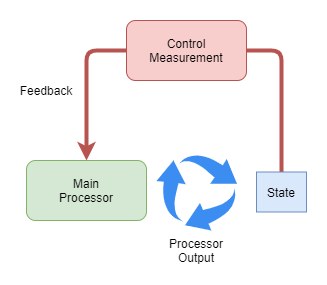
Above: files/A-theory-of-consciousness-v2-integrated-control.png in malcolmlett/malcolmlett.github.io (draw.io), before the change. Source tidied: cells renumbered, new cells last; positions are measured from the earlier drawing's top-left corner, leaving out a move shared by most shapes.
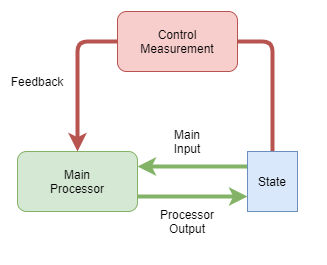
The same file after the commit.

Change to the diagram source:
```diff
@@ -2,6 +2,9 @@
   <root>
     <mxCell id="0" />
     <mxCell id="1" parent="0" />
+    <mxCell id="10" style="edgeStyle=orthogonalEdgeStyle;rounded=0;jettySize=auto;html=1;entryX=0;entryY=0.75;entryDx=0;entryDy=0;exitX=1;exitY=0.75;exitDx=0;exitDy=0;strokeWidth=4;strokeColor=#82b366;fillColor=#d5e8d4;" parent="1" edge="1" source="2" target="6">
+      <mxGeometry relative="1" as="geometry" />
+    </mxCell>
     <mxCell id="2" value="Main&lt;br&gt;Processor" style="rounded=1;whiteSpace=wrap;html=1;fillColor=#d5e8d4;strokeColor=#82b366;" parent="1" vertex="1">
       <mxGeometry y="140" width="120" height="60" as="geometry" />
     </mxCell>
@@ -14,17 +17,20 @@
     <mxCell id="5" style="edgeStyle=orthogonalEdgeStyle;rounded=1;jettySize=auto;html=1;entryX=1;entryY=0.5;entryDx=0;entryDy=0;strokeWidth=4;fontSize=12;exitX=0.5;exitY=0;exitDx=0;exitDy=0;fillColor=#f8cecc;strokeColor=#b85450;endArrow=none;endFill=0;" parent="1" edge="1" source="6" target="4">
       <mxGeometry relative="1" as="geometry" />
     </mxCell>
+    <mxCell id="11" style="edgeStyle=orthogonalEdgeStyle;rounded=0;jettySize=auto;html=1;entryX=1;entryY=0.25;entryDx=0;entryDy=0;exitX=0;exitY=0.25;exitDx=0;exitDy=0;strokeWidth=4;strokeColor=#82b366;fillColor=#d5e8d4;" parent="1" edge="1" source="6" target="2">
+      <mxGeometry relative="1" as="geometry" />
+    </mxCell>
     <mxCell id="6" value="State" style="rounded=0;whiteSpace=wrap;html=1;fillColor=#dae8fc;strokeColor=#6c8ebf;" parent="1" vertex="1">
-      <mxGeometry x="230" y="151.5" width="50" height="40" as="geometry" />
+      <mxGeometry x="230" y="140" width="50" height="60" as="geometry" />
     </mxCell>
-    <mxCell id="7" style="html=1;strokeColor=none;shadow=0;align=center;verticalAlign=top;fillColor=#3B8DF1;shape=mxgraph.gcp2.arrow_cycle;" parent="1" vertex="1">
-      <mxGeometry x="130" y="133.5" width="80.5" height="76.5" as="geometry" />
-    </mxCell>
     <mxCell id="8" value="Feedback" style="text;html=1;strokeColor=none;fillColor=none;align=center;verticalAlign=middle;whiteSpace=wrap;rounded=0;fontSize=12;" parent="1" vertex="1">
       <mxGeometry y="60" width="40" height="20" as="geometry" />
     </mxCell>
     <mxCell id="9" value="Processor&lt;br&gt;Output" style="text;html=1;strokeColor=none;fillColor=none;align=center;verticalAlign=middle;whiteSpace=wrap;rounded=0;fontSize=12;" parent="1" vertex="1">
-      <mxGeometry x="150.3" y="220" width="40" height="20" as="geometry" />
+      <mxGeometry x="150.3" y="200" width="40" height="20" as="geometry" />
     </mxCell>
+    <mxCell id="12" value="Main Input" style="text;html=1;strokeColor=none;fillColor=none;align=center;verticalAlign=middle;whiteSpace=wrap;rounded=0;fontSize=12;" parent="1" vertex="1">
+      <mxGeometry x="150.3" y="120" width="40" height="20" as="geometry" />
+    </mxCell>
   </root>
 </mxGraphModel>
```
